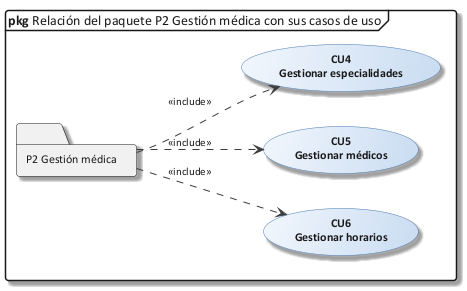
This is Docs/diagramas/26_rel_p2.png from Kato-001/nova-salud, a PlantUML export, as it was before one commit. Source of this version:
```plantuml
@startuml 26_rel_p2
!include C:/Users/Sergio Estaca Paco/Desktop/HeadSalud/Docs/diagramas/estilo_ea.iuml
mainframe **pkg** Relación del paquete P2 Gestión médica con sus casos de uso
left to right direction
folder "P2 Gestión médica" as PK
usecase "CU4\nGestionar especialidades" as CU4
PK ..> CU4 : <<include>>
usecase "CU5\nGestionar médicos" as CU5
PK ..> CU5 : <<include>>
usecase "CU6\nGestionar horarios" as CU6
PK ..> CU6 : <<include>>
@enduml
```
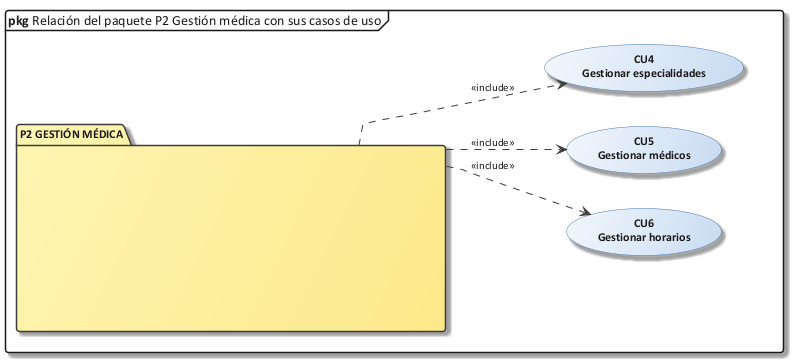
After the change.

The edit, as a diff of the source:
```diff
@@ -1,8 +1,17 @@
 @startuml 26_rel_p2
 !include C:/Users/Sergio Estaca Paco/Desktop/HeadSalud/Docs/diagramas/estilo_ea.iuml
+skinparam PackageBackgroundColor #FFF6B3/#FDE98A
 mainframe **pkg** Relación del paquete P2 Gestión médica con sus casos de uso
 left to right direction
-folder "P2 Gestión médica" as PK
+package "P2 GESTIÓN MÉDICA" as PK {
+  skinparam rectangle<<oculto>> {
+    BackgroundColor transparent
+    BorderColor transparent
+    StereotypeFontSize 0
+    shadowing false
+  }
+  rectangle "<size:40>                                        </size>\n\n\n" <<oculto>> as X
+}
 usecase "CU4\nGestionar especialidades" as CU4
 PK ..> CU4 : <<include>>
 usecase "CU5\nGestionar médicos" as CU5
```
